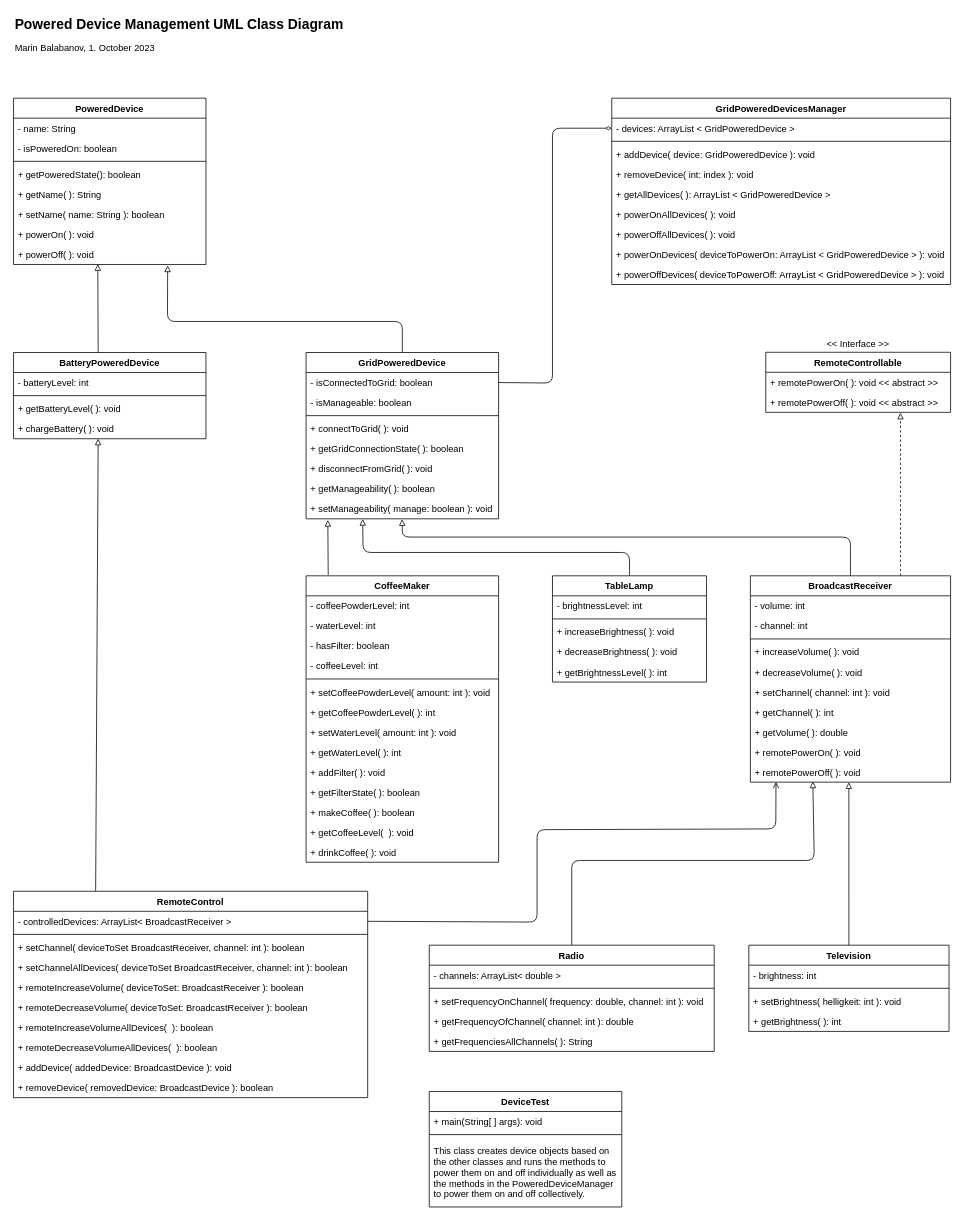
Above: DevicesUML.drawio in mbalabanov/Devices (draw.io), before the change. Source tidied: cells renumbered, new cells numbered last; positions are measured from the earlier drawing's top-left corner, leaving out a move shared by most shapes. Both pictures are drawn from the tidied source at 77%, with x=0, y=0 at pixel (13, 13).
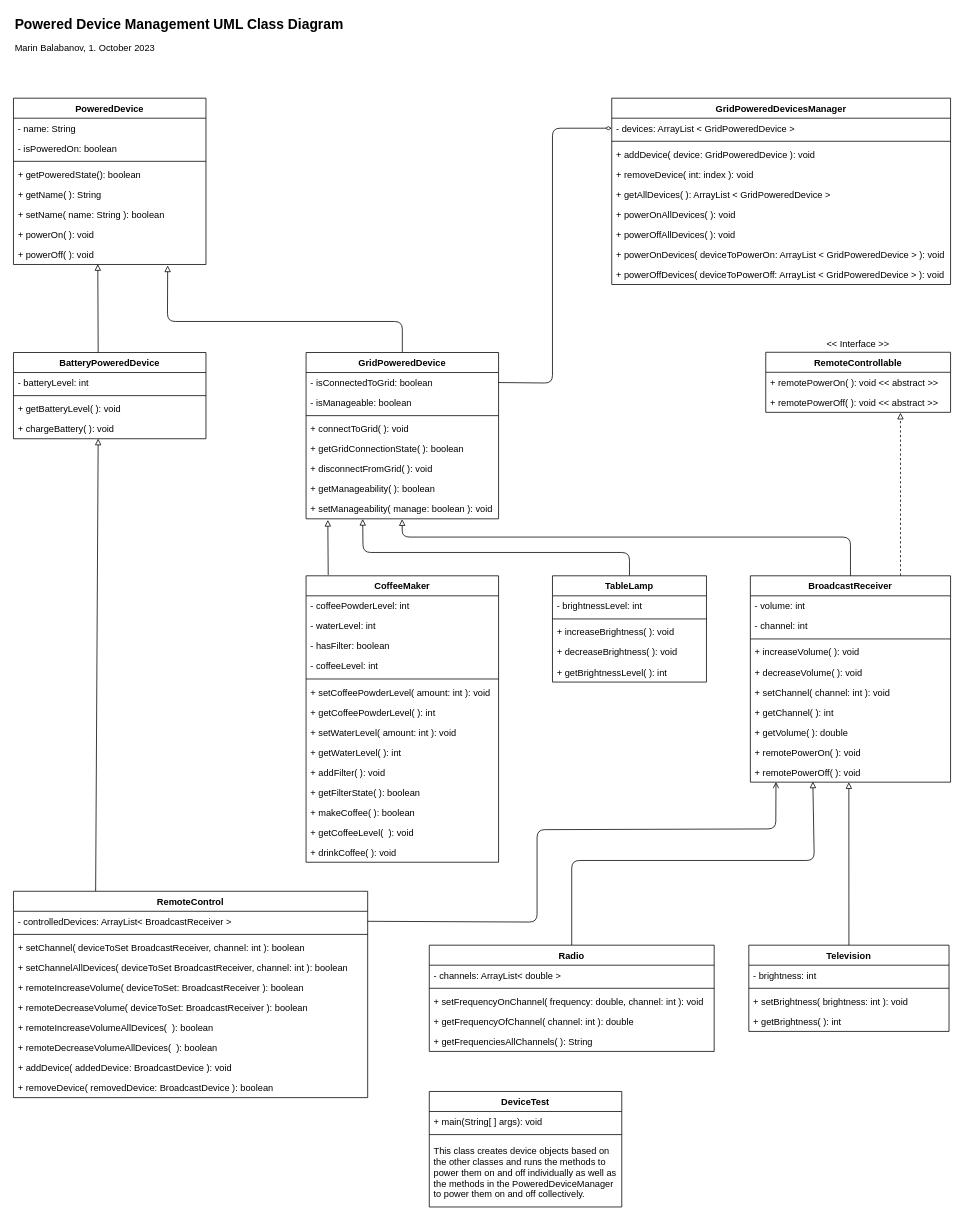
The same page after the edit.

Commit message (it also covers changes not shown here):
Correction in diagram

Unchanged cells that the change refers to:
```xml
<mxCell id="20" value="Television" style="swimlane;fontStyle=1;align=center;verticalAlign=top;horizontal=1;startSize=26;" parent="1" vertex="1">
  <mxGeometry x="955" y="1210" width="260" height="112" as="geometry" />
</mxCell>
```

Change to the diagram source:
```diff
@@
-    <mxCell id="23" value="+ setBrightness( helligkeit: int ): void" style="text;strokeColor=none;fillColor=none;align=left;verticalAlign=top;spacingLeft=4;spacingRight=4;overflow=hidden;" parent="20" vertex="1">
+    <mxCell id="23" value="+ setBrightness( brightness: int ): void" style="text;strokeColor=none;fillColor=none;align=left;verticalAlign=top;spacingLeft=4;spacingRight=4;overflow=hidden;" parent="20" vertex="1">
       <mxGeometry y="60" width="260" height="26" as="geometry" />
     </mxCell>
```
